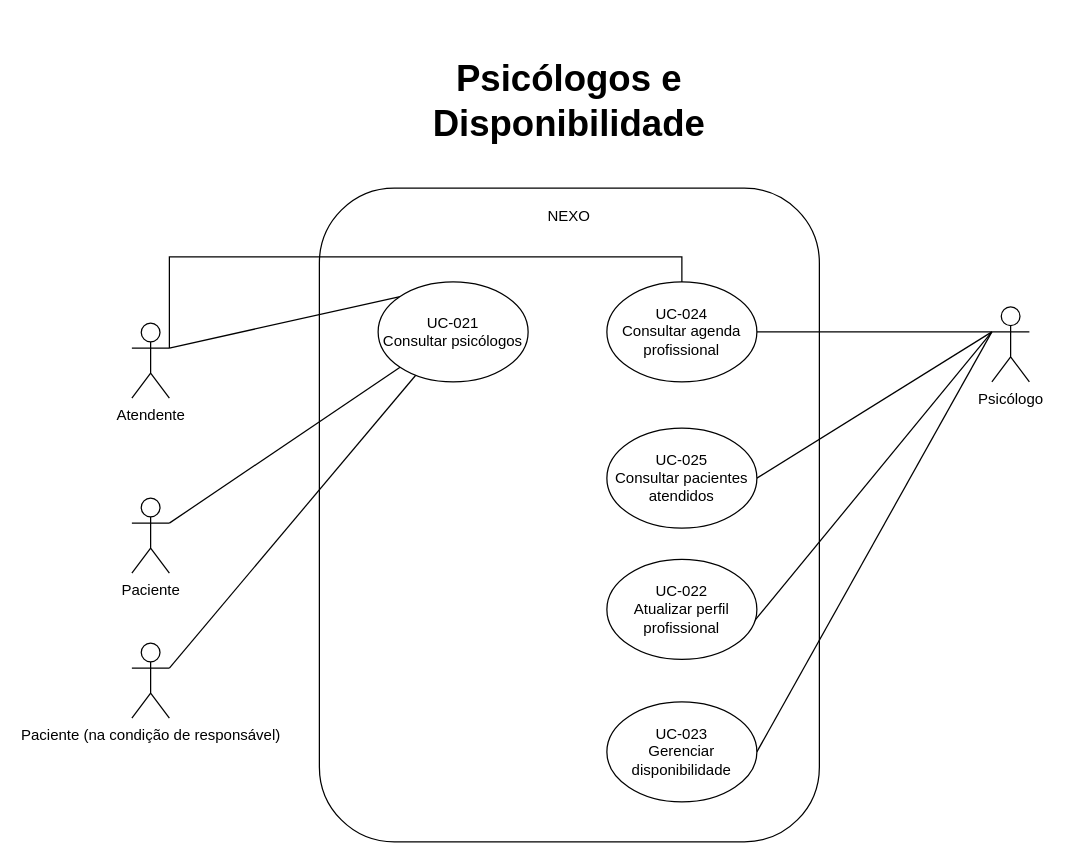
This is page "Página-4" (4 of 10) of diagramas/casos-de-uso/diagramas-casos-de-uso.drawio from devcaline/nexo-modelagem, a draw.io file, before an edit. Source tidied: cells renumbered, new cells numbered last; positions are measured from the earlier drawing's top-left corner, leaving out a move shared by most shapes. Both pictures are drawn from the tidied source at 125%, with x=0, y=0 at pixel (131, 82).
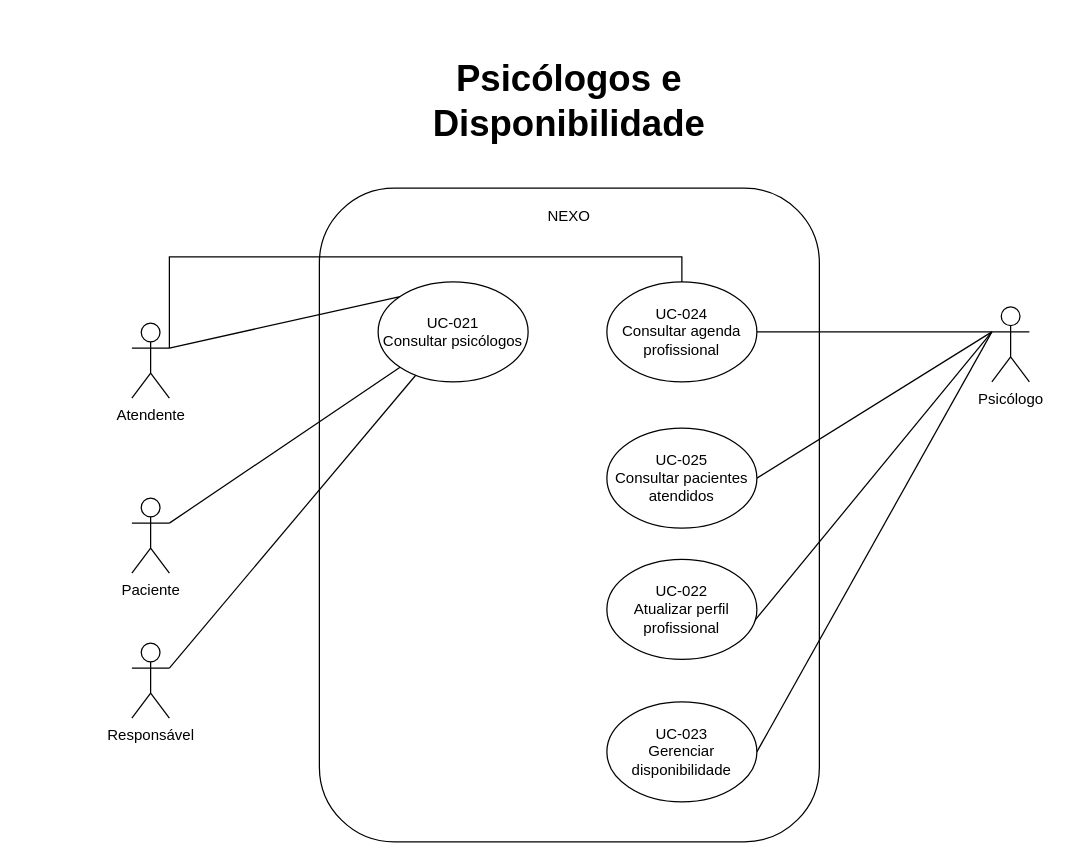
After the change.

What changed in the source:
```diff
@@
-    <mxCell id="12" value="Paciente (na condição de responsável)" style="shape=umlActor;verticalLabelPosition=bottom;verticalAlign=top;html=1;outlineConnect=0;" parent="1" vertex="1">
+    <mxCell id="12" value="Responsável" style="shape=umlActor;verticalLabelPosition=bottom;verticalAlign=top;html=1;outlineConnect=0;" parent="1" vertex="1">
       <mxGeometry y="448" width="30" height="60" as="geometry" />
     </mxCell>
```
